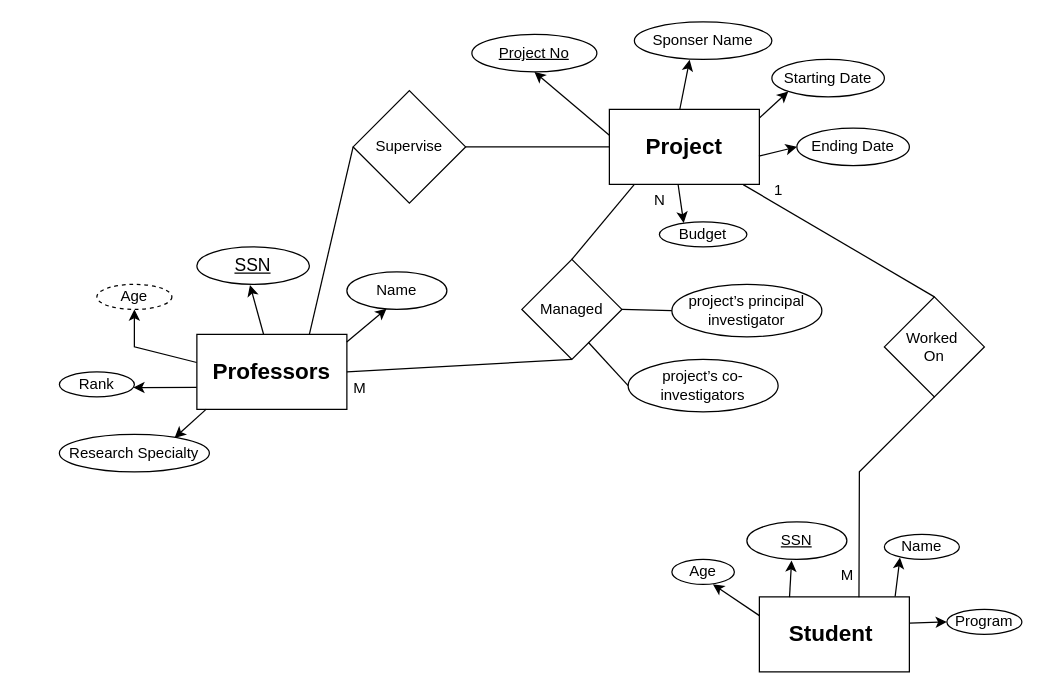
Earlier version of the draw.io diagram university database.drawio (Dilka98/ER-Diagram). Source tidied: cells renumbered, new cells numbered last; positions are measured from the earlier drawing's top-left corner, leaving out a move shared by most shapes. Both pictures are drawn from the tidied source at 125%, with x=0, y=0 at pixel (59, 21).
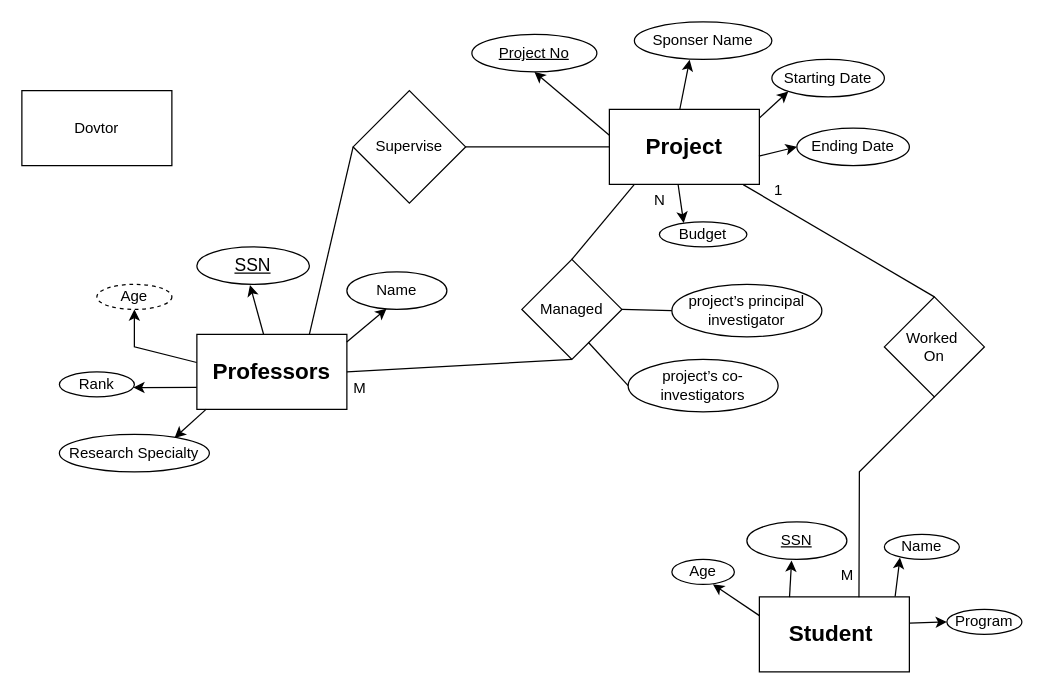
Above is the later version.

Change to the diagram source:
```diff
@@
+    <mxCell id="50" value="Dovtor" style="rounded=0;whiteSpace=wrap;html=1;" parent="1" vertex="1">
+      <mxGeometry x="-30" y="55" width="120" height="60" as="geometry" />
+    </mxCell>
```
